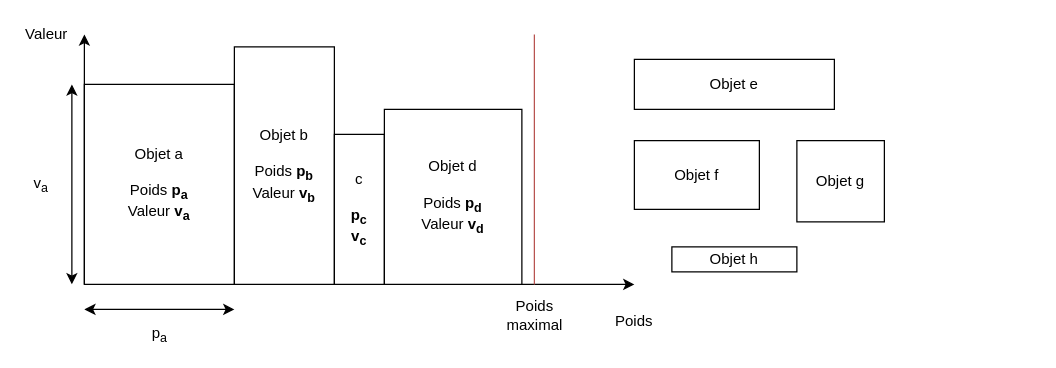
Above: KP2.drawio in axelvan22/internship-lig (draw.io), before the change. Source tidied: cells renumbered, new cells numbered last; positions are measured from the earlier drawing's top-left corner, leaving out a move shared by most shapes. Both pictures are drawn from the tidied source at 125%, with x=0, y=0 at pixel (21, 21).
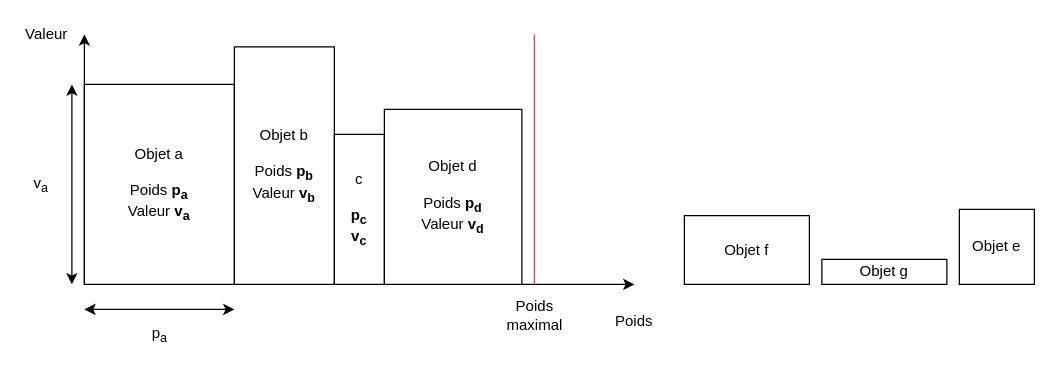
After the change.

Diff of the diagram source:
```diff
@@
     <mxCell id="16" value="Objet e" style="rounded=0;whiteSpace=wrap;html=1;" parent="1" vertex="1">
-      <mxGeometry x="490" y="30" width="160" height="40" as="geometry" />
+      <mxGeometry x="750" y="150" width="60" height="60" as="geometry" />
     </mxCell>
     <mxCell id="17" value="Objet f" style="rounded=0;whiteSpace=wrap;html=1;" parent="1" vertex="1">
-      <mxGeometry x="490" y="95" width="100" height="55" as="geometry" />
+      <mxGeometry x="530" y="155" width="100" height="55" as="geometry" />
     </mxCell>
-    <mxCell id="18" value="Objet g" style="rounded=0;whiteSpace=wrap;html=1;" parent="1" vertex="1">
-      <mxGeometry x="620" y="95" width="70" height="65" as="geometry" />
-    </mxCell>
-    <mxCell id="19" value="Objet h" style="rounded=0;whiteSpace=wrap;html=1;" parent="1" vertex="1">
-      <mxGeometry x="520" y="180" width="100" height="20" as="geometry" />
+    <mxCell id="19" value="Objet g" style="rounded=0;whiteSpace=wrap;html=1;" parent="1" vertex="1">
+      <mxGeometry x="640" y="190" width="100" height="20" as="geometry" />
     </mxCell>
```
